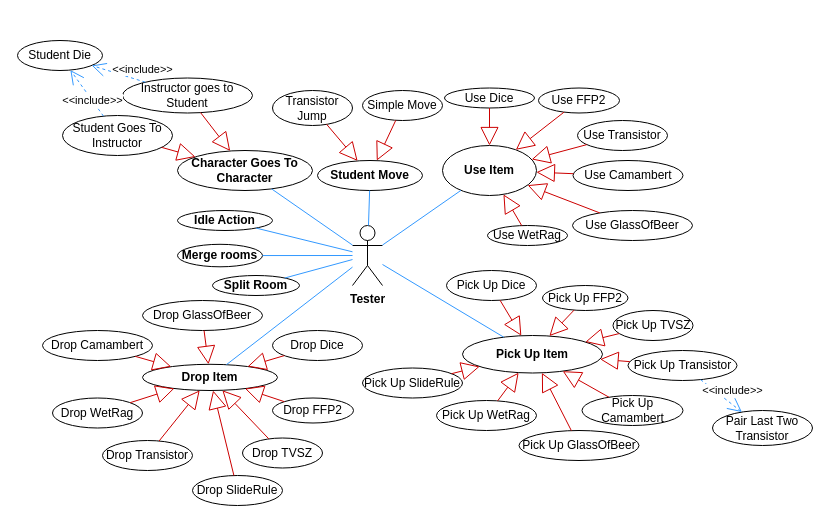
Before: Beadások/4. Beadás/Use(Test)-Case.drawio in XanleR/U.B.R.---Projlab-2024, a draw.io diagram. Source tidied: cells renumbered, new cells numbered last; positions are measured from the earlier drawing's top-left corner, leaving out a move shared by most shapes. Both pictures are drawn from the tidied source at 100%, with x=0, y=0 at pixel (17, 40).
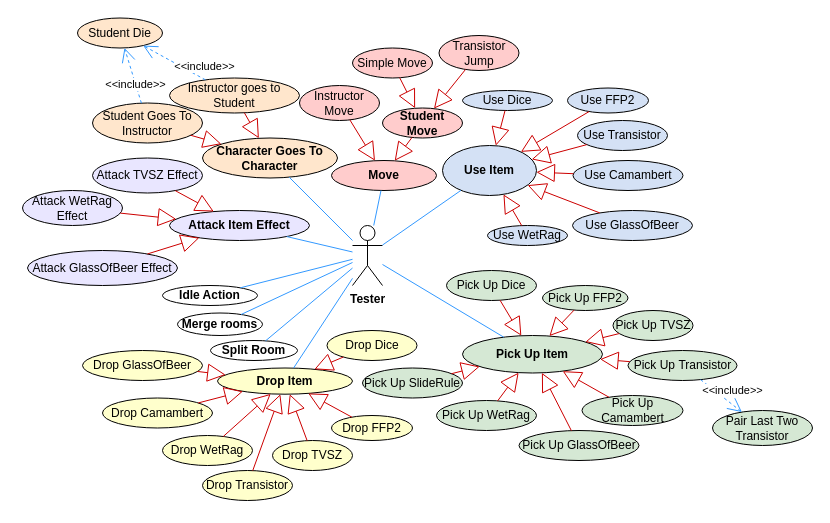
The same diagram, later.

Commit message:
use case changes

The change refers to these unchanged cells:
```xml
<mxCell id="2" value="&lt;b&gt;Tester&lt;/b&gt;" style="shape=umlActor;verticalLabelPosition=bottom;verticalAlign=top;html=1;strokeColor=#000000;" parent="1" vertex="1">
  <mxGeometry x="335" y="185" width="30" height="60" as="geometry" />
</mxCell>
```

What changed in the source:
```diff
@@
-    <mxCell id="3" value="&lt;b&gt;Student Move&lt;/b&gt;" style="ellipse;whiteSpace=wrap;html=1;" parent="1" vertex="1">
-      <mxGeometry x="300" y="120" width="105" height="30" as="geometry" />
+    <mxCell id="3" value="&lt;b&gt;Move&lt;/b&gt;" style="ellipse;whiteSpace=wrap;html=1;fillColor=#FFCCCC;" parent="1" vertex="1">
+      <mxGeometry x="314" y="120" width="105" height="30" as="geometry" />
     </mxCell>
-    <mxCell id="4" value="Transistor Jump" style="ellipse;whiteSpace=wrap;html=1;" parent="1" vertex="1">
-      <mxGeometry x="255" y="50" width="80" height="35" as="geometry" />
+    <mxCell id="4" value="Transistor Jump" style="ellipse;whiteSpace=wrap;html=1;fillColor=#FFCCCC;" parent="1" vertex="1">
+      <mxGeometry x="421.5" y="-5" width="80" height="35" as="geometry" />
     </mxCell>
-    <mxCell id="5" value="Simple Move" style="ellipse;whiteSpace=wrap;html=1;" parent="1" vertex="1">
-      <mxGeometry x="345" y="50" width="80" height="30" as="geometry" />
+    <mxCell id="5" value="Simple Move" style="ellipse;whiteSpace=wrap;html=1;fillColor=#FFCCCC;" parent="1" vertex="1">
+      <mxGeometry x="335" y="7.5" width="80" height="30" as="geometry" />
     </mxCell>
-    <mxCell id="6" style="endArrow=block;endSize=16;endFill=0;html=1;rounded=0;strokeColor=#CC0000;" parent="1" edge="1" source="4" target="3">
+    <mxCell id="6" style="endArrow=block;endSize=16;endFill=0;html=1;rounded=0;strokeColor=#CC0000;" parent="1" edge="1" source="4" target="77">
       <mxGeometry relative="1" as="geometry" />
     </mxCell>
-    <mxCell id="7" style="endArrow=block;endSize=16;endFill=0;html=1;rounded=0;strokeColor=#CC0000;" parent="1" edge="1" source="5" target="3">
+    <mxCell id="7" style="endArrow=block;endSize=16;endFill=0;html=1;rounded=0;strokeColor=#CC0000;" parent="1" edge="1" source="5" target="77">
       <mxGeometry relative="1" as="geometry" />
     </mxCell>
-    <mxCell id="8" value="&lt;b&gt;Use Item&lt;/b&gt;" style="ellipse;whiteSpace=wrap;html=1;" parent="1" vertex="1">
+    <mxCell id="8" value="&lt;b&gt;Use Item&lt;/b&gt;" style="ellipse;whiteSpace=wrap;html=1;fillColor=#D4E1F5;" parent="1" vertex="1">
       <mxGeometry x="425" y="105" width="94" height="50" as="geometry" />
     </mxCell>
-    <mxCell id="9" value="Use Dice" style="ellipse;whiteSpace=wrap;html=1;" parent="1" vertex="1">
-      <mxGeometry x="427" y="47.5" width="90" height="20" as="geometry" />
+    <mxCell id="9" value="Use Dice" style="ellipse;whiteSpace=wrap;html=1;fillColor=#D4E1F5;" parent="1" vertex="1">
+      <mxGeometry x="445" y="50" width="90" height="20" as="geometry" />
     </mxCell>
@@
-    <mxCell id="11" value="Use FFP2" style="ellipse;whiteSpace=wrap;html=1;" parent="1" vertex="1">
-      <mxGeometry x="521" y="47.5" width="81" height="25" as="geometry" />
+    <mxCell id="11" value="Use FFP2" style="ellipse;whiteSpace=wrap;html=1;fillColor=#D4E1F5;" parent="1" vertex="1">
+      <mxGeometry x="550" y="47.5" width="81" height="25" as="geometry" />
     </mxCell>
@@
-    <mxCell id="13" value="Use Transistor" style="ellipse;whiteSpace=wrap;html=1;" parent="1" vertex="1">
+    <mxCell id="13" value="Use Transistor" style="ellipse;whiteSpace=wrap;html=1;fillColor=#D4E1F5;" parent="1" vertex="1">
       <mxGeometry x="560" y="80" width="90" height="30" as="geometry" />
     </mxCell>
-    <mxCell id="14" value="Use Camambert" style="ellipse;whiteSpace=wrap;html=1;" parent="1" vertex="1">
+    <mxCell id="14" value="Use Camambert" style="ellipse;whiteSpace=wrap;html=1;fillColor=#D4E1F5;" parent="1" vertex="1">
       <mxGeometry x="555.5" y="120" width="110" height="30" as="geometry" />
     </mxCell>
-    <mxCell id="15" value="Use GlassOfBeer" style="ellipse;whiteSpace=wrap;html=1;" parent="1" vertex="1">
+    <mxCell id="15" value="Use GlassOfBeer" style="ellipse;whiteSpace=wrap;html=1;fillColor=#D4E1F5;" parent="1" vertex="1">
       <mxGeometry x="555" y="170" width="120" height="30" as="geometry" />
     </mxCell>
-    <mxCell id="16" value="Use WetRag" style="ellipse;whiteSpace=wrap;html=1;" parent="1" vertex="1">
+    <mxCell id="16" value="Use WetRag" style="ellipse;whiteSpace=wrap;html=1;fillColor=#D4E1F5;" parent="1" vertex="1">
       <mxGeometry x="470" y="185" width="80" height="20" as="geometry" />
     </mxCell>
@@
-    <mxCell id="23" value="&lt;b&gt;Pick Up Item&lt;/b&gt;" style="ellipse;whiteSpace=wrap;html=1;" parent="1" vertex="1">
+    <mxCell id="23" value="&lt;b&gt;Pick Up Item&lt;/b&gt;" style="ellipse;whiteSpace=wrap;html=1;fillColor=#D5E8D4;" parent="1" vertex="1">
       <mxGeometry x="445" y="295" width="140" height="37.5" as="geometry" />
     </mxCell>
-    <mxCell id="24" style="endArrow=none;html=1;rounded=0;strokeColor=#3399FF;" parent="1" edge="1" source="2" target="23">
+    <mxCell id="24" style="endArrow=none;html=1;rounded=0;strokeColor=#3399FF;fillColor=#D5E8D4;" parent="1" edge="1" source="2" target="23">
       <mxGeometry relative="1" as="geometry" />
     </mxCell>
-    <mxCell id="25" value="Pick Up Dice" style="ellipse;whiteSpace=wrap;html=1;" parent="1" vertex="1">
+    <mxCell id="25" value="Pick Up Dice" style="ellipse;whiteSpace=wrap;html=1;fillColor=#D5E8D4;" parent="1" vertex="1">
       <mxGeometry x="429" y="230" width="90" height="30" as="geometry" />
     </mxCell>
-    <mxCell id="26" value="Pick Up&amp;nbsp;FFP2" style="ellipse;whiteSpace=wrap;html=1;" parent="1" vertex="1">
+    <mxCell id="26" value="Pick Up&amp;nbsp;FFP2" style="ellipse;whiteSpace=wrap;html=1;fillColor=#D5E8D4;" parent="1" vertex="1">
       <mxGeometry x="525" y="245" width="85.5" height="25" as="geometry" />
     </mxCell>
-    <mxCell id="27" value="Pick Up TVSZ" style="ellipse;whiteSpace=wrap;html=1;" parent="1" vertex="1">
+    <mxCell id="27" value="Pick Up TVSZ" style="ellipse;whiteSpace=wrap;html=1;fillColor=#D5E8D4;" parent="1" vertex="1">
       <mxGeometry x="595.5" y="270" width="80" height="30" as="geometry" />
     </mxCell>
-    <mxCell id="28" value="Pick Up&amp;nbsp;Transistor" style="ellipse;whiteSpace=wrap;html=1;" parent="1" vertex="1">
+    <mxCell id="28" value="Pick Up&amp;nbsp;Transistor" style="ellipse;whiteSpace=wrap;html=1;fillColor=#D5E8D4;" parent="1" vertex="1">
       <mxGeometry x="610.5" y="310" width="109" height="30" as="geometry" />
     </mxCell>
-    <mxCell id="29" value="Pick Up Camambert" style="ellipse;whiteSpace=wrap;html=1;" parent="1" vertex="1">
+    <mxCell id="29" value="Pick Up Camambert" style="ellipse;whiteSpace=wrap;html=1;fillColor=#D5E8D4;" parent="1" vertex="1">
       <mxGeometry x="564.5" y="355" width="101" height="30" as="geometry" />
     </mxCell>
-    <mxCell id="30" value="Pick Up&amp;nbsp;GlassOfBeer" style="ellipse;whiteSpace=wrap;html=1;" parent="1" vertex="1">
+    <mxCell id="30" value="Pick Up&amp;nbsp;GlassOfBeer" style="ellipse;whiteSpace=wrap;html=1;fillColor=#D5E8D4;" parent="1" vertex="1">
       <mxGeometry x="501.5" y="390" width="120" height="30" as="geometry" />
     </mxCell>
-    <mxCell id="31" value="Pick Up&amp;nbsp;WetRag" style="ellipse;whiteSpace=wrap;html=1;" parent="1" vertex="1">
+    <mxCell id="31" value="Pick Up&amp;nbsp;WetRag" style="ellipse;whiteSpace=wrap;html=1;fillColor=#D5E8D4;" parent="1" vertex="1">
       <mxGeometry x="419" y="360" width="100" height="30" as="geometry" />
     </mxCell>
@@
-    <mxCell id="39" value="&lt;b&gt;Idle Action&lt;/b&gt;" style="ellipse;whiteSpace=wrap;html=1;" parent="1" vertex="1">
-      <mxGeometry x="160" y="170" width="95" height="20" as="geometry" />
+    <mxCell id="39" value="&lt;b&gt;Idle Action&lt;/b&gt;" style="ellipse;whiteSpace=wrap;html=1;fillColor=default;" parent="1" vertex="1">
+      <mxGeometry x="145" y="245" width="95" height="20" as="geometry" />
     </mxCell>
@@
-    <mxCell id="41" value="Pair Last Two Transistor" style="ellipse;whiteSpace=wrap;html=1;" parent="1" vertex="1">
+    <mxCell id="41" value="Pair Last Two Transistor" style="ellipse;whiteSpace=wrap;html=1;fillColor=#D5E8D4;" parent="1" vertex="1">
       <mxGeometry x="695" y="370" width="100" height="35" as="geometry" />
     </mxCell>
@@
-    <mxCell id="43" value="&lt;b&gt;Drop Item&lt;/b&gt;" style="ellipse;whiteSpace=wrap;html=1;" parent="1" vertex="1">
-      <mxGeometry x="125" y="323.8" width="135" height="26.2" as="geometry" />
+    <mxCell id="43" value="&lt;b&gt;Drop Item&lt;/b&gt;" style="ellipse;whiteSpace=wrap;html=1;fillColor=#FFFFCC;" parent="1" vertex="1">
+      <mxGeometry x="200" y="327.5" width="135" height="26.2" as="geometry" />
     </mxCell>
@@
-    <mxCell id="45" value="Pick Up SlideRule" style="ellipse;whiteSpace=wrap;html=1;" parent="1" vertex="1">
+    <mxCell id="45" value="Pick Up SlideRule" style="ellipse;whiteSpace=wrap;html=1;fillColor=#D5E8D4;" parent="1" vertex="1">
       <mxGeometry x="345" y="327.5" width="100" height="30" as="geometry" />
     </mxCell>
@@
-    <mxCell id="47" value="Drop&amp;nbsp;SlideRule" style="ellipse;whiteSpace=wrap;html=1;" parent="1" vertex="1">
-      <mxGeometry x="175" y="435" width="90" height="30" as="geometry" />
-    </mxCell>
-    <mxCell id="48" value="Drop Dice" style="ellipse;whiteSpace=wrap;html=1;" parent="1" vertex="1">
-      <mxGeometry x="255" y="290" width="90" height="30" as="geometry" />
+    <mxCell id="48" value="Drop Dice" style="ellipse;whiteSpace=wrap;html=1;fillColor=#FFFFCC;" parent="1" vertex="1">
+      <mxGeometry x="309.5" y="290" width="90" height="30" as="geometry" />
     </mxCell>
-    <mxCell id="49" value="Drop&amp;nbsp;FFP2" style="ellipse;whiteSpace=wrap;html=1;" parent="1" vertex="1">
-      <mxGeometry x="255" y="357.5" width="81" height="25" as="geometry" />
+    <mxCell id="49" value="Drop&amp;nbsp;FFP2" style="ellipse;whiteSpace=wrap;html=1;fillColor=#FFFFCC;" parent="1" vertex="1">
+      <mxGeometry x="314" y="375" width="81" height="25" as="geometry" />
     </mxCell>
-    <mxCell id="50" value="Drop&amp;nbsp;TVSZ" style="ellipse;whiteSpace=wrap;html=1;" parent="1" vertex="1">
-      <mxGeometry x="225" y="397.5" width="80" height="30" as="geometry" />
+    <mxCell id="50" value="Drop&amp;nbsp;TVSZ" style="ellipse;whiteSpace=wrap;html=1;fillColor=#FFFFCC;" parent="1" vertex="1">
+      <mxGeometry x="255" y="400" width="80" height="30" as="geometry" />
     </mxCell>
-    <mxCell id="51" value="Drop&amp;nbsp;Transistor" style="ellipse;whiteSpace=wrap;html=1;" parent="1" vertex="1">
-      <mxGeometry x="85" y="400" width="90" height="30" as="geometry" />
+    <mxCell id="51" value="Drop&amp;nbsp;Transistor" style="ellipse;whiteSpace=wrap;html=1;fillColor=#FFFFCC;" parent="1" vertex="1">
+      <mxGeometry x="185" y="430" width="90" height="30" as="geometry" />
     </mxCell>
-    <mxCell id="52" value="Drop&amp;nbsp;Camambert" style="ellipse;whiteSpace=wrap;html=1;" parent="1" vertex="1">
-      <mxGeometry x="25" y="290" width="110" height="30" as="geometry" />
+    <mxCell id="52" value="Drop&amp;nbsp;Camambert" style="ellipse;whiteSpace=wrap;html=1;fillColor=#FFFFCC;" parent="1" vertex="1">
+      <mxGeometry x="85" y="357.5" width="110" height="30" as="geometry" />
     </mxCell>
-    <mxCell id="53" value="Drop&amp;nbsp;GlassOfBeer" style="ellipse;whiteSpace=wrap;html=1;" parent="1" vertex="1">
-      <mxGeometry x="125" y="260" width="120" height="30" as="geometry" />
+    <mxCell id="53" value="Drop&amp;nbsp;GlassOfBeer" style="ellipse;whiteSpace=wrap;html=1;fillColor=#FFFFCC;" parent="1" vertex="1">
+      <mxGeometry x="65" y="310" width="120" height="30" as="geometry" />
     </mxCell>
-    <mxCell id="54" value="Drop&amp;nbsp;WetRag" style="ellipse;whiteSpace=wrap;html=1;" parent="1" vertex="1">
-      <mxGeometry x="35" y="357.5" width="90" height="30" as="geometry" />
+    <mxCell id="54" value="Drop&amp;nbsp;WetRag" style="ellipse;whiteSpace=wrap;html=1;fillColor=#FFFFCC;" parent="1" vertex="1">
+      <mxGeometry x="145" y="395" width="90" height="30" as="geometry" />
     </mxCell>
@@
-    <mxCell id="59" style="endArrow=block;endSize=16;endFill=0;html=1;rounded=0;strokeColor=#CC0000;" parent="1" edge="1" source="47" target="43">
-      <mxGeometry relative="1" as="geometry" />
-    </mxCell>
@@
-    <mxCell id="63" value="&lt;b&gt;Merge rooms&lt;/b&gt;" style="ellipse;whiteSpace=wrap;html=1;" parent="1" vertex="1">
-      <mxGeometry x="160" y="203.8" width="85" height="22.5" as="geometry" />
+    <mxCell id="63" value="&lt;b&gt;Merge rooms&lt;/b&gt;" style="ellipse;whiteSpace=wrap;html=1;fillColor=#FFFFFF;" parent="1" vertex="1">
+      <mxGeometry x="160" y="272.5" width="85" height="22.5" as="geometry" />
     </mxCell>
     <mxCell id="64" value="&lt;b&gt;Split Room&lt;/b&gt;" style="ellipse;whiteSpace=wrap;html=1;" parent="1" vertex="1">
-      <mxGeometry x="195" y="235" width="87" height="20" as="geometry" />
+      <mxGeometry x="193" y="300" width="87" height="20" as="geometry" />
     </mxCell>
@@
-    <mxCell id="67" value="&lt;b&gt;Character Goes To Character&lt;/b&gt;" style="ellipse;whiteSpace=wrap;html=1;" parent="1" vertex="1">
-      <mxGeometry x="160" y="110" width="135" height="40" as="geometry" />
+    <mxCell id="67" value="&lt;b&gt;Character Goes To Character&lt;/b&gt;" style="ellipse;whiteSpace=wrap;html=1;fillColor=#FFE6CC;" parent="1" vertex="1">
+      <mxGeometry x="185" y="97.5" width="135" height="40" as="geometry" />
     </mxCell>
@@
-    <mxCell id="69" value="Instructor goes to Student" style="ellipse;whiteSpace=wrap;html=1;" parent="1" vertex="1">
-      <mxGeometry x="105" y="37.5" width="130" height="35" as="geometry" />
+    <mxCell id="69" value="Instructor goes to Student" style="ellipse;whiteSpace=wrap;html=1;fillColor=#FFE6CC;" parent="1" vertex="1">
+      <mxGeometry x="152" y="37.5" width="130" height="35" as="geometry" />
     </mxCell>
-    <mxCell id="70" value="Student Goes To Instructor" style="ellipse;whiteSpace=wrap;html=1;" parent="1" vertex="1">
-      <mxGeometry x="45" y="75" width="110" height="40" as="geometry" />
+    <mxCell id="70" value="Student Goes To Instructor" style="ellipse;whiteSpace=wrap;html=1;fillColor=#FFE6CC;" parent="1" vertex="1">
+      <mxGeometry x="75" y="62.5" width="110" height="40" as="geometry" />
     </mxCell>
@@
-    <mxCell id="73" value="Student Die" style="ellipse;whiteSpace=wrap;html=1;" parent="1" vertex="1">
-      <mxGeometry width="85" height="30" as="geometry" />
+    <mxCell id="73" value="Student Die" style="ellipse;whiteSpace=wrap;html=1;fillColor=#FFE6CC;" parent="1" vertex="1">
+      <mxGeometry x="60" y="-22.5" width="85" height="30" as="geometry" />
     </mxCell>
@@
-    <mxCell id="76" style="edgeStyle=orthogonalEdgeStyle;rounded=0;orthogonalLoop=1;jettySize=auto;html=1;exitX=0.5;exitY=1;exitDx=0;exitDy=0;" parent="1" edge="1" source="41" target="41">
+    <mxCell id="76" style="edgeStyle=orthogonalEdgeStyle;rounded=0;orthogonalLoop=1;jettySize=auto;html=1;exitX=0.5;exitY=1;exitDx=0;exitDy=0;fillColor=#D5E8D4;" parent="1" edge="1" source="41" target="41">
       <mxGeometry relative="1" as="geometry" />
     </mxCell>
+    <mxCell id="77" value="&lt;b&gt;Student Move&lt;/b&gt;" style="ellipse;whiteSpace=wrap;html=1;fillColor=#FFCCCC;" parent="1" vertex="1">
+      <mxGeometry x="365" y="67.5" width="80" height="30" as="geometry" />
+    </mxCell>
+    <mxCell id="78" style="endArrow=block;endSize=16;endFill=0;html=1;rounded=0;strokeColor=#CC0000;" parent="1" edge="1" source="77" target="3">
+      <mxGeometry relative="1" as="geometry" />
+    </mxCell>
+    <mxCell id="79" value="Instructor Move" style="ellipse;whiteSpace=wrap;html=1;fillColor=#FFCCCC;" parent="1" vertex="1">
+      <mxGeometry x="282" y="45" width="80" height="35" as="geometry" />
+    </mxCell>
+    <mxCell id="80" style="endArrow=block;endSize=16;endFill=0;html=1;rounded=0;strokeColor=#CC0000;" parent="1" edge="1" source="79" target="3">
+      <mxGeometry relative="1" as="geometry" />
+    </mxCell>
+    <mxCell id="81" value="&lt;b&gt;Attack Item Effect&lt;/b&gt;" style="ellipse;whiteSpace=wrap;html=1;fillColor=#E9E6FF;" parent="1" vertex="1">
+      <mxGeometry x="152" y="170" width="140" height="30" as="geometry" />
+    </mxCell>
+    <mxCell id="82" style="endArrow=none;html=1;rounded=0;strokeColor=#3399FF;" parent="1" edge="1" source="2" target="81">
+      <mxGeometry relative="1" as="geometry" />
+    </mxCell>
+    <mxCell id="83" value="Attack TVSZ Effect" style="ellipse;whiteSpace=wrap;html=1;fillColor=#E9E6FF;" parent="1" vertex="1">
+      <mxGeometry x="75" y="117.5" width="110" height="35" as="geometry" />
+    </mxCell>
+    <mxCell id="84" value="Attack GlassOfBeer Effect" style="ellipse;whiteSpace=wrap;html=1;fillColor=#E9E6FF;" parent="1" vertex="1">
+      <mxGeometry x="10" y="210" width="150" height="35" as="geometry" />
+    </mxCell>
+    <mxCell id="85" value="Attack WetRag Effect" style="ellipse;whiteSpace=wrap;html=1;fillColor=#E9E6FF;" parent="1" vertex="1">
+      <mxGeometry x="5" y="150" width="100" height="35" as="geometry" />
+    </mxCell>
+    <mxCell id="86" style="endArrow=block;endSize=16;endFill=0;html=1;rounded=0;strokeColor=#CC0000;" parent="1" edge="1" source="83" target="81">
+      <mxGeometry relative="1" as="geometry" />
+    </mxCell>
+    <mxCell id="87" style="endArrow=block;endSize=16;endFill=0;html=1;rounded=0;strokeColor=#CC0000;" parent="1" edge="1" source="84" target="81">
+      <mxGeometry relative="1" as="geometry" />
+    </mxCell>
+    <mxCell id="88" style="endArrow=block;endSize=16;endFill=0;html=1;rounded=0;strokeColor=#CC0000;" parent="1" edge="1" source="85" target="81">
+      <mxGeometry relative="1" as="geometry" />
+    </mxCell>
+    <mxCell id="89" style="edgeStyle=orthogonalEdgeStyle;rounded=0;orthogonalLoop=1;jettySize=auto;html=1;exitX=0.5;exitY=1;exitDx=0;exitDy=0;" parent="1" edge="1">
+      <mxGeometry relative="1" as="geometry">
+        <mxPoint x="175" y="257.5" as="sourcePoint" />
+        <mxPoint x="175" y="257.5" as="targetPoint" />
+      </mxGeometry>
+    </mxCell>
```
